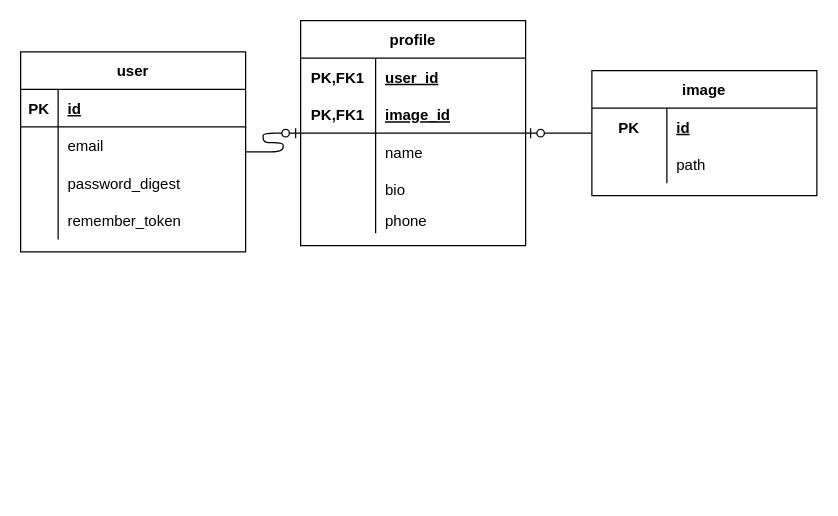
This is er.dio from shun0918/rails7-test, a draw.io file, before an edit. Source tidied: cells renumbered, new cells numbered last; positions are measured from the earlier drawing's top-left corner, leaving out a move shared by most shapes. Both pictures are drawn from the tidied source at 125%, with x=0, y=0 at pixel (20, 20).
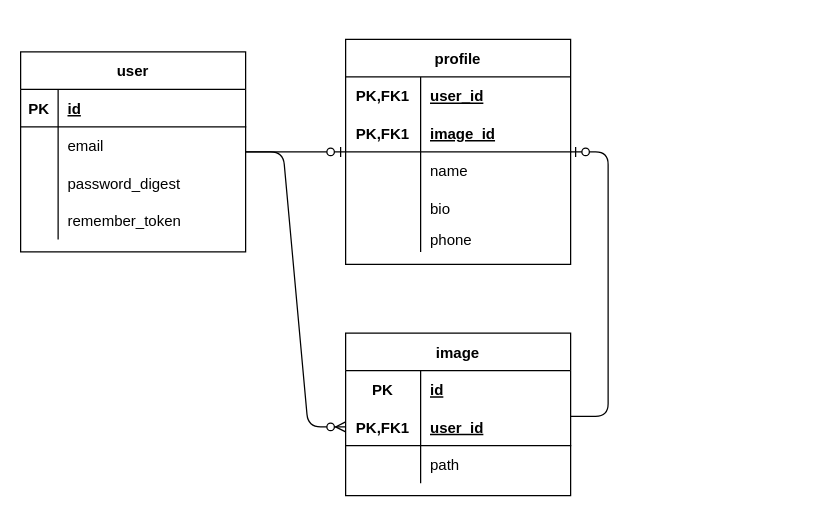
After the change.

Commit message (it also covers changes not shown here):
docs: imageにリレーション追加

The change refers to these unchanged cells:
```xml
<mxCell id="2" value="user" style="shape=table;startSize=30;childLayout=tableLayout;rowLines=0;fontStyle=1;align=center;" parent="1" vertex="1">
  <mxGeometry y="25" width="180" height="160" as="geometry" />
</mxCell>
```

Diff of the diagram source:
```diff
@@
     <mxCell id="15" value="profile" style="shape=table;startSize=30;childLayout=tableLayout;rowLines=0;fontStyle=1;align=center;" parent="1" vertex="1">
-      <mxGeometry x="224" width="180" height="180" as="geometry" />
+      <mxGeometry x="260" y="15" width="180" height="180" as="geometry" />
     </mxCell>
@@
+    <mxCell id="39" style="edgeStyle=entityRelationEdgeStyle;fontSize=12;html=1;endArrow=ERzeroToOne;endFill=1;fontFamily=Helvetica;fontColor=default;startSize=30;exitX=0.998;exitY=0.219;exitDx=0;exitDy=0;exitPerimeter=0;" parent="1" edge="1" source="41" target="15">
+      <mxGeometry relative="1" as="geometry" />
+    </mxCell>
-    <mxCell id="32" value="image" style="shape=table;startSize=30;childLayout=tableLayout;rowLines=0;fontStyle=1;align=center;fontFamily=Helvetica;fontSize=12;fontColor=default;strokeColor=default;fillColor=default;" parent="1" vertex="1">
-      <mxGeometry x="457" y="40" width="180" height="100" as="geometry" />
+    <mxCell id="32" value="image" style="shape=table;startSize=30;childLayout=tableLayout;rowLines=0;fontStyle=1;align=center;" parent="1" vertex="1">
+      <mxGeometry x="260" y="250" width="180" height="130" as="geometry" />
     </mxCell>
-    <mxCell id="33" style="shape=partialRectangle;fillColor=none;top=0;left=0;bottom=0;right=0;fontFamily=Helvetica;fontSize=12;fontColor=default;startSize=30;strokeColor=default;" parent="32" vertex="1">
-      <mxGeometry y="30" width="180" height="30" as="geometry" />
-    </mxCell>
+    <mxCell id="40" style="shape=partialRectangle;fillColor=none;top=0;left=0;bottom=0;right=0;" parent="32" vertex="1">
+      <mxGeometry y="30" width="180" height="30" as="geometry" />
+    </mxCell>
-    <mxCell id="34" value="PK" style="shape=partialRectangle;fillColor=none;top=0;left=0;bottom=0;right=0;fontStyle=1;overflow=hidden;fontFamily=Helvetica;fontSize=12;fontColor=default;startSize=30;strokeColor=default;" parent="33" vertex="1">
+    <mxCell id="34" value="PK" style="shape=partialRectangle;fillColor=none;top=0;left=0;bottom=0;right=0;fontStyle=1;overflow=hidden;" parent="40" vertex="1">
       <mxGeometry width="60" height="30" as="geometry" />
     </mxCell>
-    <mxCell id="35" value="id" style="shape=partialRectangle;fillColor=none;top=0;left=0;bottom=0;right=0;align=left;spacingLeft=6;fontStyle=5;overflow=hidden;fontFamily=Helvetica;fontSize=12;fontColor=default;startSize=30;strokeColor=default;" parent="33" vertex="1">
+    <mxCell id="35" value="id" style="shape=partialRectangle;fillColor=none;top=0;left=0;bottom=0;right=0;align=left;spacingLeft=6;fontStyle=5;overflow=hidden;" parent="40" vertex="1">
       <mxGeometry x="60" width="120" height="30" as="geometry" />
     </mxCell>
-    <mxCell id="36" style="shape=partialRectangle;fillColor=none;top=0;left=0;bottom=0;right=0;fontFamily=Helvetica;fontSize=12;fontColor=default;startSize=30;strokeColor=default;" parent="32" vertex="1">
-      <mxGeometry y="60" width="180" height="30" as="geometry" />
-    </mxCell>
-    <mxCell id="37" style="shape=partialRectangle;fillColor=none;top=0;left=0;bottom=0;right=0;overflow=hidden;fontFamily=Helvetica;fontSize=12;fontColor=default;startSize=30;strokeColor=default;" parent="36" vertex="1">
-      <mxGeometry width="60" height="30" as="geometry" />
-    </mxCell>
+    <mxCell id="41" style="shape=partialRectangle;fillColor=none;top=0;left=0;bottom=1;right=0;points=[[0,0.5],[1,0.5]];portConstraint=eastwest;" parent="32" vertex="1">
+      <mxGeometry y="60" width="180" height="30" as="geometry" />
+    </mxCell>
+    <mxCell id="42" value="PK,FK1" style="shape=partialRectangle;fillColor=none;top=0;left=0;bottom=0;right=0;fontStyle=1;overflow=hidden;" parent="41" vertex="1">
+      <mxGeometry width="60" height="30" as="geometry" />
+    </mxCell>
+    <mxCell id="43" value="user_id" style="shape=partialRectangle;fillColor=none;top=0;left=0;bottom=0;right=0;align=left;spacingLeft=6;fontStyle=5;overflow=hidden;" parent="41" vertex="1">
+      <mxGeometry x="60" width="120" height="30" as="geometry" />
+    </mxCell>
+    <mxCell id="44" style="shape=partialRectangle;fillColor=none;top=0;left=0;bottom=0;right=0;" parent="32" vertex="1">
+      <mxGeometry y="90" width="180" height="30" as="geometry" />
+    </mxCell>
+    <mxCell id="45" style="shape=partialRectangle;fillColor=none;top=0;left=0;bottom=0;right=0;overflow=hidden;" parent="44" vertex="1">
+      <mxGeometry width="60" height="30" as="geometry" />
+    </mxCell>
-    <mxCell id="38" value="path" style="shape=partialRectangle;fillColor=none;top=0;left=0;bottom=0;right=0;align=left;spacingLeft=6;overflow=hidden;fontFamily=Helvetica;fontSize=12;fontColor=default;startSize=30;strokeColor=default;" parent="36" vertex="1">
+    <mxCell id="38" value="path" style="shape=partialRectangle;fillColor=none;top=0;left=0;bottom=0;right=0;align=left;spacingLeft=6;overflow=hidden;" parent="44" vertex="1">
       <mxGeometry x="60" width="120" height="30" as="geometry" />
     </mxCell>
-    <mxCell id="39" style="edgeStyle=entityRelationEdgeStyle;fontSize=12;html=1;endArrow=ERzeroToOne;endFill=1;fontFamily=Helvetica;fontColor=default;startSize=30;" parent="1" edge="1" source="32" target="15">
-      <mxGeometry relative="1" as="geometry" />
-    </mxCell>
+    <mxCell id="46" style="edgeStyle=entityRelationEdgeStyle;fontSize=12;html=1;endArrow=ERzeroToMany;endFill=1;" parent="1" edge="1" source="2" target="41">
+      <mxGeometry relative="1" as="geometry" />
+    </mxCell>
```
